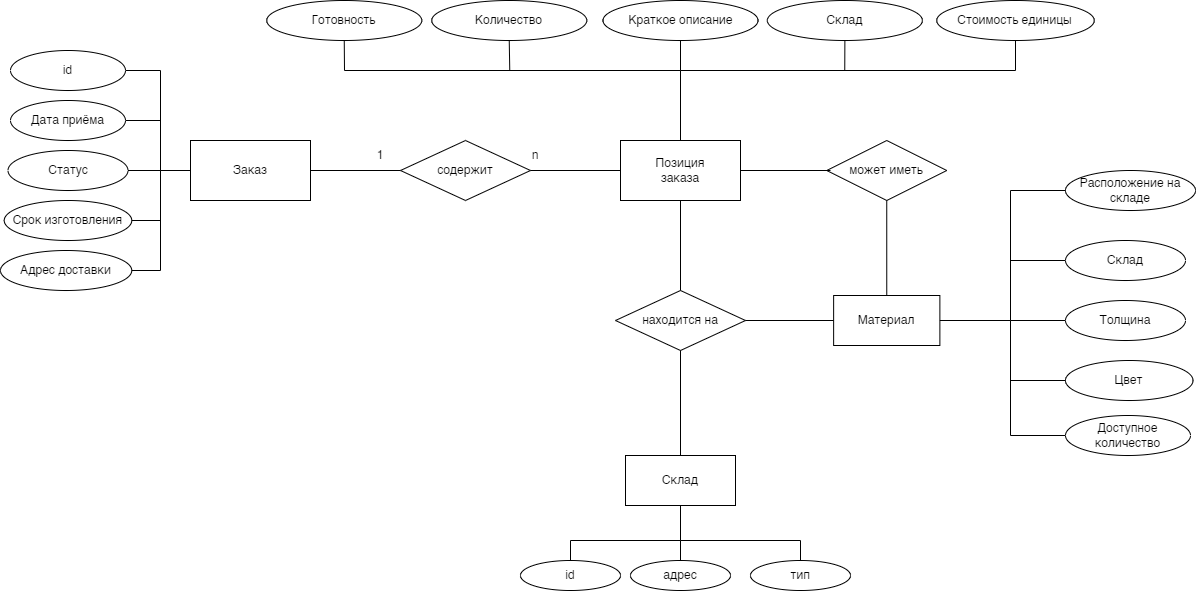
Earlier version of the draw.io export img/er.png (Jaycobe/bmstu-ppo). Source tidied: cells renumbered, new cells last; positions are measured from the earlier drawing's top-left corner, leaving out a move shared by most shapes.
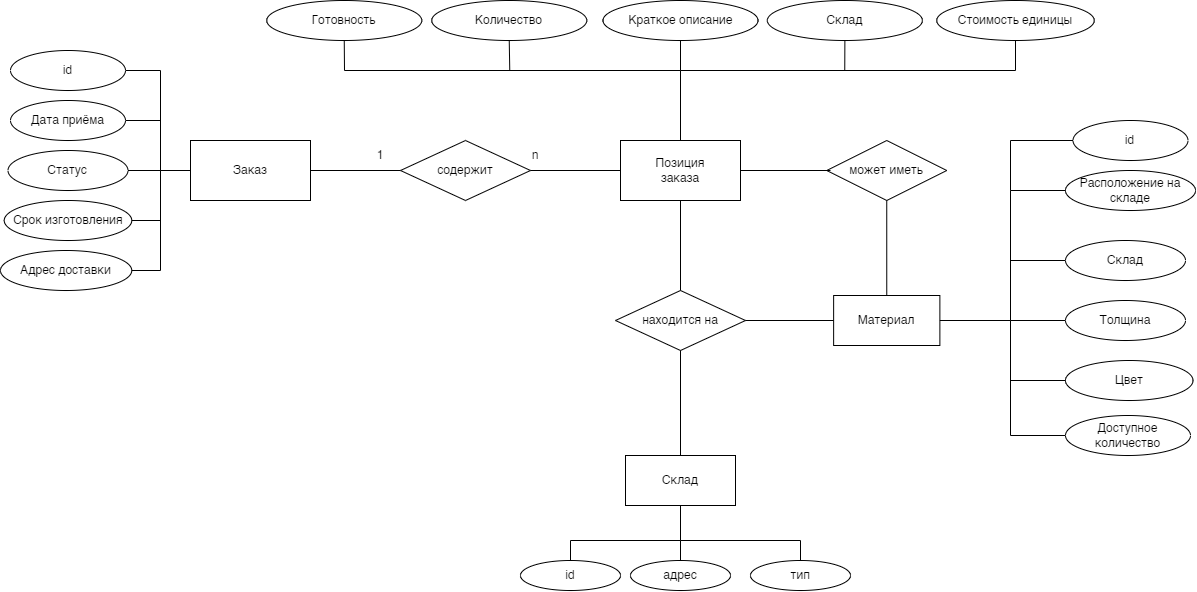
Later version of the same file.

Commit message:
two diagrams added

Diff of the diagram source:
```diff
@@ -223,5 +223,16 @@
         </Array>
       </mxGeometry>
     </mxCell>
+    <mxCell id="54" value="id" style="ellipse;whiteSpace=wrap;html=1;align=center;" parent="1" vertex="1">
+      <mxGeometry x="1072.5" y="120" width="115" height="40" as="geometry" />
+    </mxCell>
+    <mxCell id="55" style="endArrow=none;html=1;rounded=0;entryX=0;entryY=0.5;entryDx=0;entryDy=0;" parent="1" edge="1" target="54">
+      <mxGeometry relative="1" as="geometry">
+        <mxPoint x="1010" y="190" as="sourcePoint" />
+        <Array as="points">
+          <mxPoint x="1010" y="140" />
+        </Array>
+      </mxGeometry>
+    </mxCell>
   </root>
 </mxGraphModel>
```
